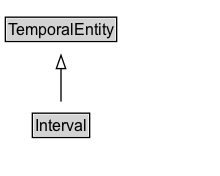
Above: docs/diagrams/Interval.dot.png in ISO-TC204/ontology-import-time (Graphviz), before the change. Its source is kept beside it as docs/diagrams/Interval.dot. Its diagram source:
```dot
digraph {
	graph [overlap=false rankdir=TB splines=true]
	node [fontname=Arial fontsize=12 margin=0 shape=none]
	edge [fontname=Arial fontsize=11]
	{
		rank=max
		Interval [label=<<TABLE BORDER="1" CELLBORDER="0" CELLSPACING="0" CELLPADDING="1"><TR><TD BGCOLOR="lightgray" ALIGN="CENTER" PORT="e">Interval</TD></TR></TABLE>> URL="../Interval" margin=0]
	}
	subgraph cluster_associated {
		label="" style=invis
		Invis [label=<<TABLE BORDER="0" CELLBORDER="0" CELLSPACING="0" CELLPADDING="1"><TR><TD></TD></TR></TABLE>> margin=0 style=invis]
	}
	TemporalEntity [label=<<TABLE BORDER="1" CELLBORDER="0" CELLSPACING="0" CELLPADDING="1"><TR><TD BGCOLOR="lightgray" ALIGN="CENTER">TemporalEntity</TD></TR></TABLE>> URL="../TemporalEntity" margin=0]
	Interval -> TemporalEntity [arrowhead=onormal style=solid]
}
```
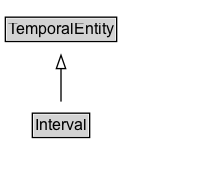
The same diagram one commit later.

The edit, as a diff of the source:
```diff
@@ -3,13 +3,16 @@
 	node [fontname=Arial fontsize=12 margin=0 shape=none]
 	edge [fontname=Arial fontsize=11]
 	{
+		rank=source
+		TemporalEntity [label=<<TABLE BORDER="1" CELLBORDER="0" CELLSPACING="0" CELLPADDING="1"><TR><TD BGCOLOR="lightgray" ALIGN="CENTER">TemporalEntity</TD></TR></TABLE>> URL="../TemporalEntity" margin=0]
+	}
+	Interval [label=<<TABLE BORDER="1" CELLBORDER="0" CELLSPACING="0" CELLPADDING="1"><TR><TD BGCOLOR="lightgray" ALIGN="CENTER">Interval</TD></TR></TABLE>> URL="../Interval" margin=0]
+	{
 		rank=max
-		Interval [label=<<TABLE BORDER="1" CELLBORDER="0" CELLSPACING="0" CELLPADDING="1"><TR><TD BGCOLOR="lightgray" ALIGN="CENTER" PORT="e">Interval</TD></TR></TABLE>> URL="../Interval" margin=0]
 	}
 	subgraph cluster_associated {
 		label="" style=invis
 		Invis [label=<<TABLE BORDER="0" CELLBORDER="0" CELLSPACING="0" CELLPADDING="1"><TR><TD></TD></TR></TABLE>> margin=0 style=invis]
 	}
-	TemporalEntity [label=<<TABLE BORDER="1" CELLBORDER="0" CELLSPACING="0" CELLPADDING="1"><TR><TD BGCOLOR="lightgray" ALIGN="CENTER">TemporalEntity</TD></TR></TABLE>> URL="../TemporalEntity" margin=0]
 	Interval -> TemporalEntity [arrowhead=onormal style=solid]
 }
```
